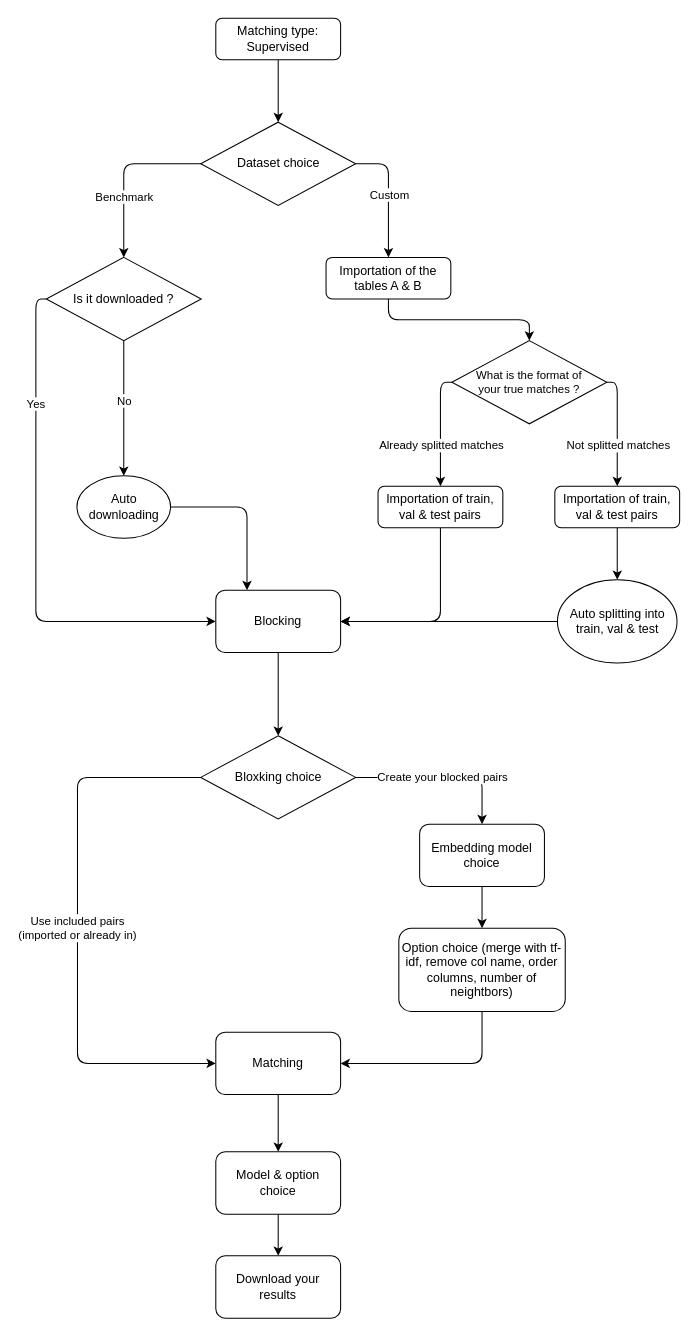
This is graphs/Supervised flow.drawio from ttperr/WavER, a draw.io file, before an edit. Source tidied: cells renumbered, new cells numbered last; positions are measured from the earlier drawing's top-left corner, leaving out a move shared by most shapes. Both pictures are drawn from the tidied source at 104%, with x=0, y=0 at pixel (46, 18).
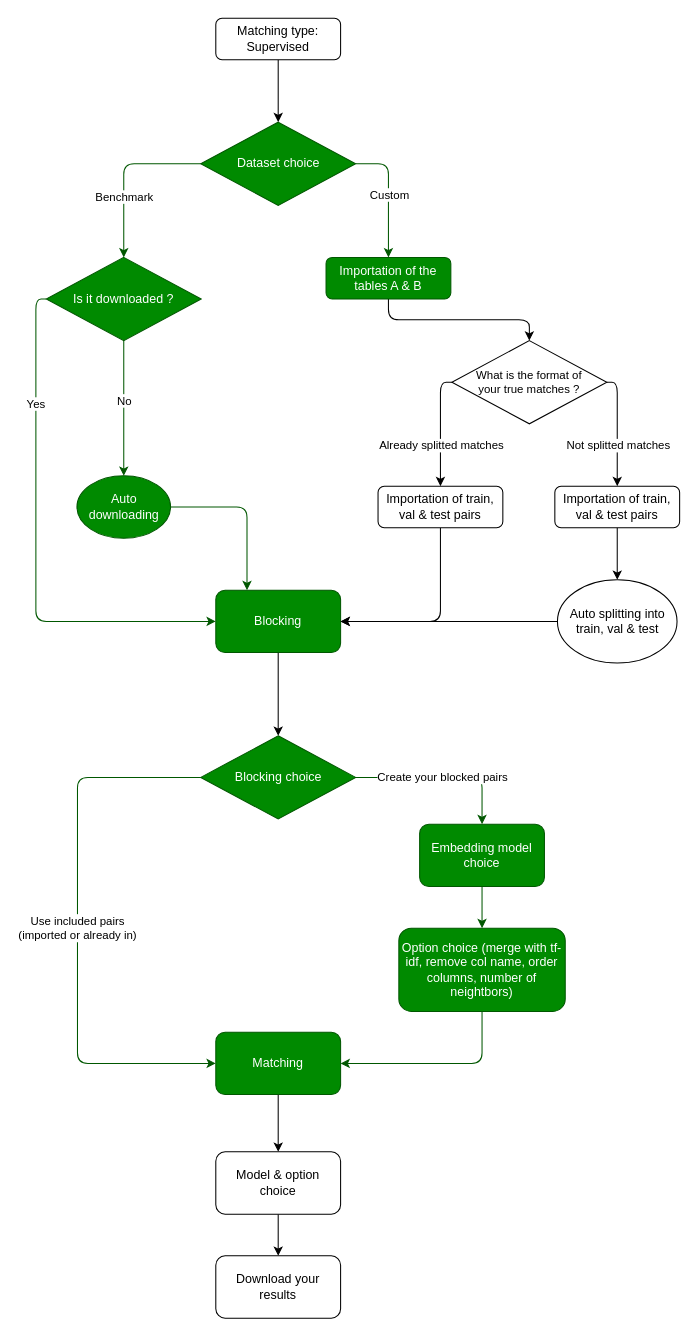
The same page after the edit.

Change to the diagram source:
```diff
@@
-    <mxCell id="2" style="endArrow=classic;html=1;exitX=1;exitY=0.5;exitDx=0;exitDy=0;entryX=0.5;entryY=0;entryDx=0;entryDy=0;edgeStyle=orthogonalEdgeStyle;" parent="1" edge="1" source="42" target="10">
+    <mxCell id="2" style="endArrow=classic;html=1;exitX=1;exitY=0.5;exitDx=0;exitDy=0;entryX=0.5;entryY=0;entryDx=0;entryDy=0;edgeStyle=orthogonalEdgeStyle;fillColor=#008a00;strokeColor=#005700;" parent="1" edge="1" source="42" target="10">
       <mxGeometry relative="1" as="geometry" />
     </mxCell>
@@
-    <mxCell id="4" style="endArrow=classic;html=1;exitX=0;exitY=0.5;exitDx=0;exitDy=0;entryX=0.5;entryY=0;entryDx=0;entryDy=0;edgeStyle=orthogonalEdgeStyle;" parent="1" edge="1" source="42" target="27">
+    <mxCell id="4" style="endArrow=classic;html=1;exitX=0;exitY=0.5;exitDx=0;exitDy=0;entryX=0.5;entryY=0;entryDx=0;entryDy=0;edgeStyle=orthogonalEdgeStyle;fillColor=#008a00;strokeColor=#005700;" parent="1" edge="1" source="42" target="27">
       <mxGeometry relative="1" as="geometry" />
     </mxCell>
@@
-    <mxCell id="6" value="No" style="edgeStyle=orthogonalEdgeStyle;html=1;exitX=0.5;exitY=1;exitDx=0;exitDy=0;entryX=0.5;entryY=0;entryDx=0;entryDy=0;" parent="1" edge="1" source="27" target="8">
+    <mxCell id="6" value="No" style="edgeStyle=orthogonalEdgeStyle;html=1;exitX=0.5;exitY=1;exitDx=0;exitDy=0;entryX=0.5;entryY=0;entryDx=0;entryDy=0;fillColor=#008a00;strokeColor=#005700;" parent="1" edge="1" source="27" target="8">
       <mxGeometry x="-0.11" relative="1" as="geometry" />
     </mxCell>
-    <mxCell id="7" style="edgeStyle=orthogonalEdgeStyle;html=1;exitX=1;exitY=0.5;exitDx=0;exitDy=0;entryX=0.25;entryY=0;entryDx=0;entryDy=0;" parent="1" edge="1" source="8" target="12">
+    <mxCell id="7" style="edgeStyle=orthogonalEdgeStyle;html=1;exitX=1;exitY=0.5;exitDx=0;exitDy=0;entryX=0.25;entryY=0;entryDx=0;entryDy=0;fillColor=#008a00;strokeColor=#005700;" parent="1" edge="1" source="8" target="12">
       <mxGeometry relative="1" as="geometry" />
     </mxCell>
-    <mxCell id="8" value="Auto downloading" style="ellipse;whiteSpace=wrap;html=1;" parent="1" vertex="1">
+    <mxCell id="8" value="Auto downloading" style="ellipse;whiteSpace=wrap;html=1;fillColor=#008a00;fontColor=#ffffff;strokeColor=#005700;" parent="1" vertex="1">
       <mxGeometry x="29.5" y="440" width="90" height="60" as="geometry" />
     </mxCell>
@@
-    <mxCell id="10" value="Importation of the tables A &amp;amp; B" style="rounded=1;whiteSpace=wrap;html=1;" parent="1" vertex="1">
+    <mxCell id="10" value="Importation of the tables A &amp;amp; B" style="rounded=1;whiteSpace=wrap;html=1;fillColor=#008a00;fontColor=#ffffff;strokeColor=#005700;" parent="1" vertex="1">
       <mxGeometry x="269" y="230" width="120" height="40" as="geometry" />
     </mxCell>
@@
-    <mxCell id="12" value="Blocking" style="rounded=1;whiteSpace=wrap;html=1;" parent="1" vertex="1">
+    <mxCell id="12" value="Blocking" style="rounded=1;whiteSpace=wrap;html=1;fillColor=#008a00;fontColor=#ffffff;strokeColor=#005700;" parent="1" vertex="1">
       <mxGeometry x="163" y="550" width="120" height="60" as="geometry" />
     </mxCell>
-    <mxCell id="13" style="edgeStyle=orthogonalEdgeStyle;html=1;exitX=0;exitY=0.5;exitDx=0;exitDy=0;entryX=0;entryY=0.5;entryDx=0;entryDy=0;" parent="1" edge="1" source="41" target="17">
+    <mxCell id="13" style="edgeStyle=orthogonalEdgeStyle;html=1;exitX=0;exitY=0.5;exitDx=0;exitDy=0;entryX=0;entryY=0.5;entryDx=0;entryDy=0;fillColor=#008a00;strokeColor=#005700;" parent="1" edge="1" source="41" target="17">
       <mxGeometry relative="1" as="geometry">
         <Array as="points">
           <mxPoint x="89" y="730" />
           <mxPoint x="30" y="730" />
           <mxPoint x="30" y="1005" />
         </Array>
       </mxGeometry>
     </mxCell>
@@
-    <mxCell id="15" value="Create your blocked pairs" style="edgeStyle=orthogonalEdgeStyle;html=1;exitX=1;exitY=0.5;exitDx=0;exitDy=0;entryX=0.5;entryY=0;entryDx=0;entryDy=0;" parent="1" edge="1" source="41" target="19">
+    <mxCell id="15" value="Create your blocked pairs" style="edgeStyle=orthogonalEdgeStyle;html=1;exitX=1;exitY=0.5;exitDx=0;exitDy=0;entryX=0.5;entryY=0;entryDx=0;entryDy=0;fillColor=#008a00;strokeColor=#005700;" parent="1" edge="1" source="41" target="19">
       <mxGeometry relative="1" as="geometry" />
     </mxCell>
@@
-    <mxCell id="17" value="Matching" style="whiteSpace=wrap;html=1;rounded=1;" parent="1" vertex="1">
+    <mxCell id="17" value="Matching" style="whiteSpace=wrap;html=1;rounded=1;fillColor=#008a00;fontColor=#ffffff;strokeColor=#005700;" parent="1" vertex="1">
       <mxGeometry x="163" y="975" width="120" height="60" as="geometry" />
     </mxCell>
-    <mxCell id="18" style="edgeStyle=orthogonalEdgeStyle;html=1;" parent="1" edge="1" source="19" target="21">
+    <mxCell id="18" style="edgeStyle=orthogonalEdgeStyle;html=1;fillColor=#008a00;strokeColor=#005700;" parent="1" edge="1" source="19" target="21">
       <mxGeometry relative="1" as="geometry" />
     </mxCell>
-    <mxCell id="19" value="Embedding model choice" style="rounded=1;whiteSpace=wrap;html=1;" parent="1" vertex="1">
+    <mxCell id="19" value="Embedding model choice" style="rounded=1;whiteSpace=wrap;html=1;fillColor=#008a00;fontColor=#ffffff;strokeColor=#005700;" parent="1" vertex="1">
       <mxGeometry x="359" y="775" width="120" height="60" as="geometry" />
     </mxCell>
-    <mxCell id="20" style="edgeStyle=orthogonalEdgeStyle;html=1;exitX=0.5;exitY=1;exitDx=0;exitDy=0;entryX=1;entryY=0.5;entryDx=0;entryDy=0;" parent="1" edge="1" source="21" target="17">
+    <mxCell id="20" style="edgeStyle=orthogonalEdgeStyle;html=1;exitX=0.5;exitY=1;exitDx=0;exitDy=0;entryX=1;entryY=0.5;entryDx=0;entryDy=0;fillColor=#008a00;strokeColor=#005700;" parent="1" edge="1" source="21" target="17">
       <mxGeometry relative="1" as="geometry" />
     </mxCell>
-    <mxCell id="21" value="Option choice (merge with tf-idf, remove col name, order columns, number of neightbors)" style="whiteSpace=wrap;html=1;rounded=1;" parent="1" vertex="1">
+    <mxCell id="21" value="Option choice (merge with tf-idf, remove col name, order columns, number of neightbors)" style="whiteSpace=wrap;html=1;rounded=1;fillColor=#008a00;fontColor=#ffffff;strokeColor=#005700;" parent="1" vertex="1">
       <mxGeometry x="339" y="875" width="160" height="80" as="geometry" />
     </mxCell>
@@
-    <mxCell id="25" style="edgeStyle=orthogonalEdgeStyle;html=1;exitX=0;exitY=0.5;exitDx=0;exitDy=0;entryX=0;entryY=0.5;entryDx=0;entryDy=0;fontSize=11;" parent="1" edge="1" source="27" target="12">
+    <mxCell id="25" style="edgeStyle=orthogonalEdgeStyle;html=1;exitX=0;exitY=0.5;exitDx=0;exitDy=0;entryX=0;entryY=0.5;entryDx=0;entryDy=0;fontSize=11;fillColor=#008a00;strokeColor=#005700;" parent="1" edge="1" source="27" target="12">
       <mxGeometry relative="1" as="geometry" />
     </mxCell>
@@
-    <mxCell id="27" value="Is it downloaded ?" style="rhombus;whiteSpace=wrap;html=1;" parent="1" vertex="1">
+    <mxCell id="27" value="Is it downloaded ?" style="rhombus;whiteSpace=wrap;html=1;fillColor=#008a00;fontColor=#ffffff;strokeColor=#005700;" parent="1" vertex="1">
       <mxGeometry y="230" width="149" height="80" as="geometry" />
     </mxCell>
@@
-    <mxCell id="41" value="Bloxking choice" style="rhombus;whiteSpace=wrap;html=1;" parent="1" vertex="1">
+    <mxCell id="41" value="Blocking choice" style="rhombus;whiteSpace=wrap;html=1;fillColor=#008a00;fontColor=#ffffff;strokeColor=#005700;" parent="1" vertex="1">
       <mxGeometry x="148.5" y="690" width="149" height="80" as="geometry" />
     </mxCell>
-    <mxCell id="42" value="Dataset choice" style="rhombus;whiteSpace=wrap;html=1;" parent="1" vertex="1">
+    <mxCell id="42" value="Dataset choice" style="rhombus;whiteSpace=wrap;html=1;fillColor=#008a00;fontColor=#ffffff;strokeColor=#005700;" parent="1" vertex="1">
       <mxGeometry x="148.5" y="100" width="149" height="80" as="geometry" />
     </mxCell>
```
